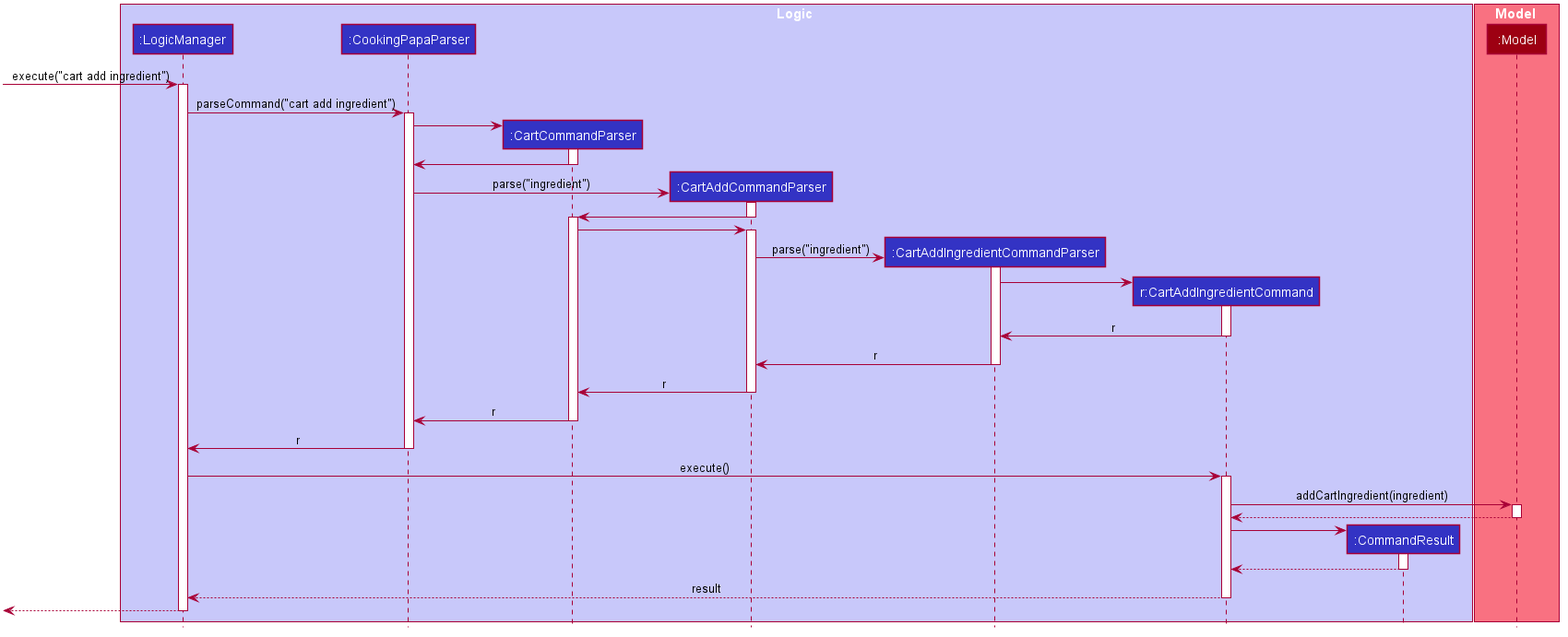
tzihiang/main keeps this PlantUML diagram as docs/images/CartAddIngredientSequenceDiagram.png. Above is the earlier version. Source of this version:
```plantuml
@startuml








skinparam BackgroundColor #FFFFFFF

skinparam Shadowing false

skinparam Class {
    FontColor #FFFFFF
    BorderThickness 1
    BorderColor #FFFFFF
    StereotypeFontColor #FFFFFF
    FontName Arial
}

skinparam Actor {
    BorderColor #000000
    Color #000000
    FontName Arial
}

skinparam Sequence {
    MessageAlign center
    BoxFontSize 15
    BoxPadding 0
    BoxFontColor #FFFFFF
    FontName Arial
}

skinparam Participant {
    FontColor #FFFFFFF
    Padding 20
}

skinparam MinClassWidth 50
skinparam ParticipantPadding 10
skinparam Shadowing false
skinparam DefaultTextAlignment center
skinparam packageStyle Rectangle

hide footbox
hide members
hide circle

box Logic #C8C8FA

participant ":LogicManager" as LogicManager #3333C4
participant ":CookingPapaParser" as CookingPapaParser #3333C4
participant ":CartCommandParser" as CartCommandParser #3333C4
participant ":CartAddCommandParser" as CartAddCommandParser #3333C4
participant ":CartAddIngredientCommandParser" as CartAddIngredientCommandParser #3333C4
participant "r:CartAddIngredientCommand" as CartAddIngredientCommand #3333C4
participant ":CommandResult" as CommandResult #3333C4
end box

box Model #F97181
participant ":Model" as Model #9D0012
end box

[-> LogicManager : execute("cart add ingredient")
activate LogicManager

LogicManager -> CookingPapaParser : parseCommand("cart add ingredient")
activate CookingPapaParser

create CartCommandParser
CookingPapaParser -> CartCommandParser
activate CartCommandParser

CartCommandParser -> CookingPapaParser
deactivate CartCommandParser

create CartAddCommandParser
CookingPapaParser -> CartAddCommandParser : parse("ingredient")
activate CartAddCommandParser

CartAddCommandParser -> CartCommandParser
deactivate CartAddCommandParser
activate CartCommandParser

CartCommandParser ->CartAddCommandParser
activate CartAddCommandParser

create CartAddIngredientCommandParser
CartAddCommandParser -> CartAddIngredientCommandParser : parse("ingredient")
activate CartAddIngredientCommandParser

create CartAddIngredientCommand
CartAddIngredientCommandParser -> CartAddIngredientCommand
activate CartAddIngredientCommand

CartAddIngredientCommand -> CartAddIngredientCommandParser : r
deactivate CartAddIngredientCommand

CartAddIngredientCommandParser -> CartAddCommandParser : r
deactivate CartAddIngredientCommandParser

CartAddCommandParser -> CartCommandParser : r
deactivate CartAddCommandParser

CartCommandParser -> CookingPapaParser : r
deactivate CartCommandParser

CookingPapaParser -> LogicManager : r
deactivate CookingPapaParser

LogicManager -> CartAddIngredientCommand : execute()
activate CartAddIngredientCommand

CartAddIngredientCommand -> Model : addCartIngredient(ingredient)
activate Model

Model --> CartAddIngredientCommand
deactivate Model

create CommandResult
CartAddIngredientCommand -> CommandResult
activate CommandResult

CommandResult --> CartAddIngredientCommand
deactivate CommandResult

CartAddIngredientCommand --> LogicManager : result
deactivate CartAddIngredientCommand

[<--LogicManager
deactivate LogicManager
@enduml
```
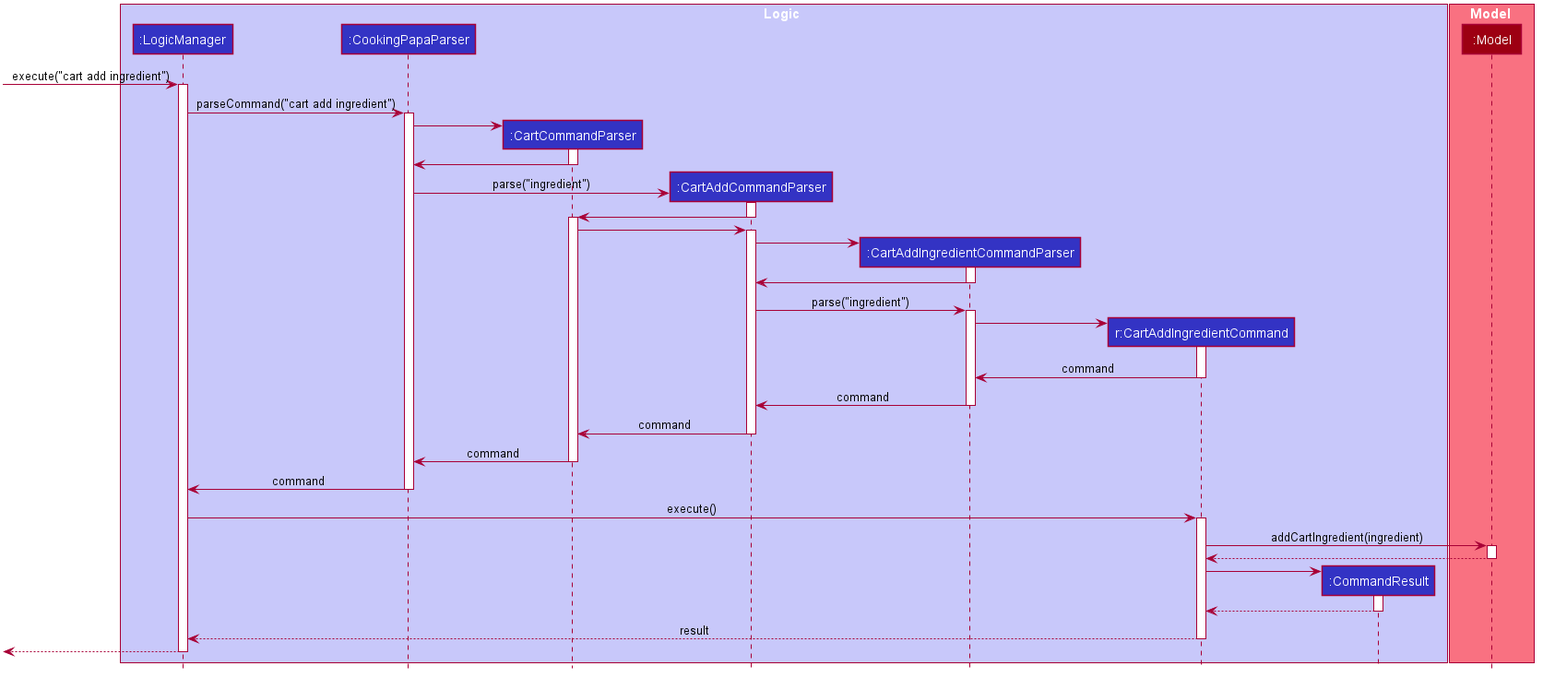
The same file after the commit.

Change to the diagram source:
```diff
@@ -88,6 +88,12 @@
 activate CartAddCommandParser
 
 create CartAddIngredientCommandParser
+CartAddCommandParser -> CartAddIngredientCommandParser :
+activate CartAddIngredientCommandParser
+
+CartAddIngredientCommandParser -> CartAddCommandParser
+deactivate CartAddIngredientCommandParser
+
 CartAddCommandParser -> CartAddIngredientCommandParser : parse("ingredient")
 activate CartAddIngredientCommandParser
 
@@ -95,19 +101,19 @@
 CartAddIngredientCommandParser -> CartAddIngredientCommand
 activate CartAddIngredientCommand
 
-CartAddIngredientCommand -> CartAddIngredientCommandParser : r
+CartAddIngredientCommand -> CartAddIngredientCommandParser : command
 deactivate CartAddIngredientCommand
 
-CartAddIngredientCommandParser -> CartAddCommandParser : r
+CartAddIngredientCommandParser -> CartAddCommandParser : command
 deactivate CartAddIngredientCommandParser
 
-CartAddCommandParser -> CartCommandParser : r
+CartAddCommandParser -> CartCommandParser : command
 deactivate CartAddCommandParser
 
-CartCommandParser -> CookingPapaParser : r
+CartCommandParser -> CookingPapaParser : command
 deactivate CartCommandParser
 
-CookingPapaParser -> LogicManager : r
+CookingPapaParser -> LogicManager : command
 deactivate CookingPapaParser
 
 LogicManager -> CartAddIngredientCommand : execute()
```
